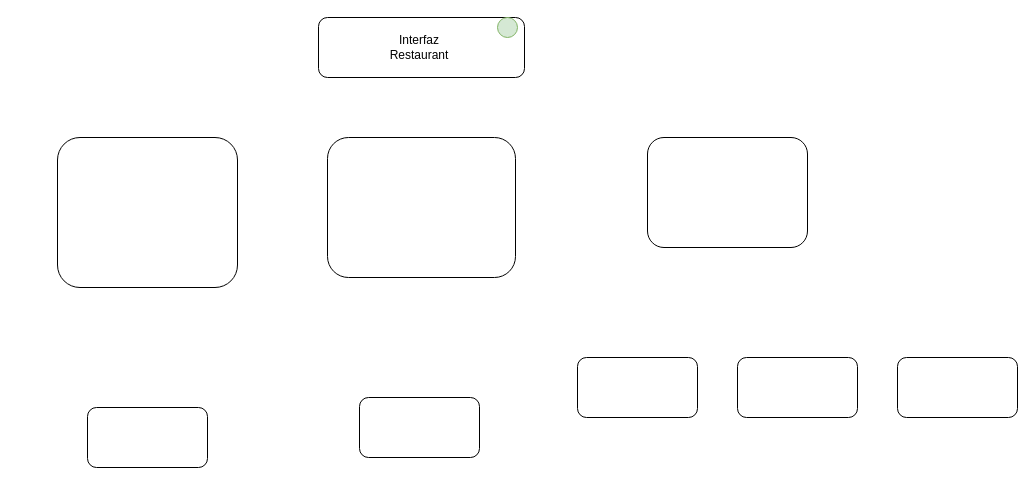
KevinCordoba/Proyecto_POO_1 keeps this draw.io diagram as Untitled Diagram.drawio. Above is the earlier version. Source tidied: cells renumbered, new cells numbered last; positions are measured from the earlier drawing's top-left corner, leaving out a move shared by most shapes. Both pictures are drawn from the tidied source at 100%, with x=0, y=0 at pixel (57, 17).
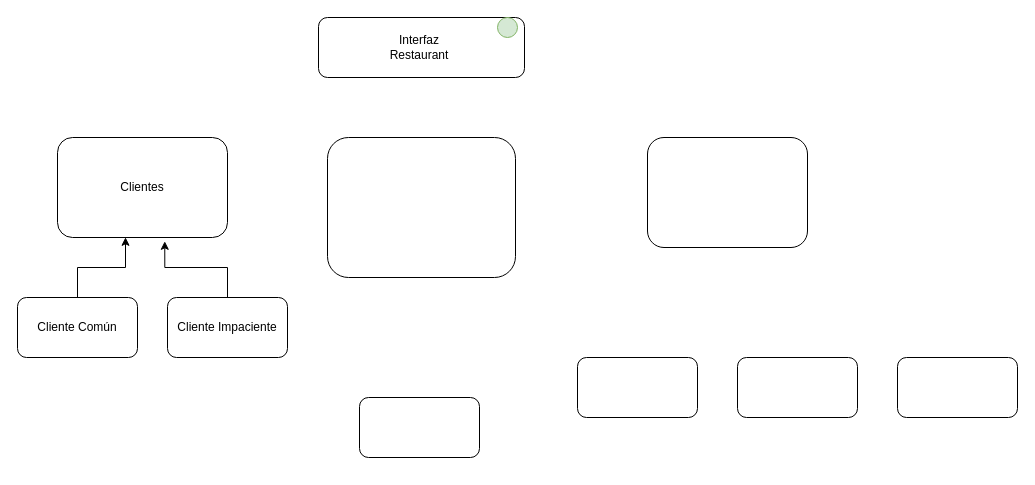
Above is the later version.

What changed in the source:
```diff
@@
 <mxGraphModel>
   <root>
     <mxCell id="0" />
     <mxCell id="1" parent="0" />
     <mxCell id="2" style="rounded=1;whiteSpace=wrap;html=1;" parent="1" vertex="1">
       <mxGeometry x="261" width="206" height="60" as="geometry" />
     </mxCell>
     <mxCell id="3" value="Interfaz Restaurant" style="text;html=1;strokeColor=none;fillColor=none;align=center;verticalAlign=middle;whiteSpace=wrap;rounded=0;" parent="1" vertex="1">
       <mxGeometry x="310" width="104" height="60" as="geometry" />
     </mxCell>
     <mxCell id="4" style="ellipse;whiteSpace=wrap;html=1;fillColor=#d5e8d4;strokeColor=#82b366;" parent="1" vertex="1">
       <mxGeometry x="440" width="20" height="20" as="geometry" />
     </mxCell>
     <mxCell id="5" style="rounded=1;whiteSpace=wrap;html=1;" parent="1" vertex="1">
       <mxGeometry x="270" y="120" width="188" height="140" as="geometry" />
     </mxCell>
-    <mxCell id="6" style="rounded=1;whiteSpace=wrap;html=1;" parent="1" vertex="1">
-      <mxGeometry y="120" width="180" height="150" as="geometry" />
+    <mxCell id="6" value="Clientes" style="rounded=1;whiteSpace=wrap;html=1;" parent="1" vertex="1">
+      <mxGeometry y="120" width="170" height="100" as="geometry" />
     </mxCell>
     <mxCell id="7" style="rounded=1;whiteSpace=wrap;html=1;" parent="1" vertex="1">
       <mxGeometry x="590" y="120" width="160" height="110" as="geometry" />
     </mxCell>
     <mxCell id="8" style="rounded=1;whiteSpace=wrap;html=1;" parent="1" vertex="1">
       <mxGeometry x="520" y="340" width="120" height="60" as="geometry" />
     </mxCell>
     <mxCell id="9" style="rounded=1;whiteSpace=wrap;html=1;" parent="1" vertex="1">
       <mxGeometry x="680" y="340" width="120" height="60" as="geometry" />
     </mxCell>
     <mxCell id="10" style="rounded=1;whiteSpace=wrap;html=1;" parent="1" vertex="1">
       <mxGeometry x="840" y="340" width="120" height="60" as="geometry" />
     </mxCell>
+    <mxCell id="13" style="edgeStyle=orthogonalEdgeStyle;rounded=0;jettySize=auto;html=1;entryX=0.4;entryY=0.998;entryDx=0;entryDy=0;entryPerimeter=0;" parent="1" edge="1" source="11" target="6">
+      <mxGeometry relative="1" as="geometry" />
+    </mxCell>
-    <mxCell id="11" style="rounded=1;whiteSpace=wrap;html=1;" parent="1" vertex="1">
-      <mxGeometry x="30" y="390" width="120" height="60" as="geometry" />
+    <mxCell id="11" value="Cliente Común" style="rounded=1;whiteSpace=wrap;html=1;" parent="1" vertex="1">
+      <mxGeometry x="-40" y="280" width="120" height="60" as="geometry" />
     </mxCell>
     <mxCell id="12" style="rounded=1;whiteSpace=wrap;html=1;" parent="1" vertex="1">
       <mxGeometry x="302" y="380" width="120" height="60" as="geometry" />
     </mxCell>
+    <mxCell id="14" style="edgeStyle=orthogonalEdgeStyle;rounded=0;jettySize=auto;html=1;entryX=0.631;entryY=1.038;entryDx=0;entryDy=0;entryPerimeter=0;" parent="1" edge="1" source="15" target="6">
+      <mxGeometry relative="1" as="geometry" />
+    </mxCell>
+    <mxCell id="15" value="Cliente Impaciente" style="rounded=1;whiteSpace=wrap;html=1;" parent="1" vertex="1">
+      <mxGeometry x="110" y="280" width="120" height="60" as="geometry" />
+    </mxCell>
+    <mxCell id="16" style="edgeStyle=orthogonalEdgeStyle;rounded=0;orthogonalLoop=1;jettySize=auto;html=1;exitX=0.5;exitY=1;exitDx=0;exitDy=0;" parent="1" edge="1" source="15" target="15">
+      <mxGeometry relative="1" as="geometry" />
+    </mxCell>
   </root>
 </mxGraphModel>
```
